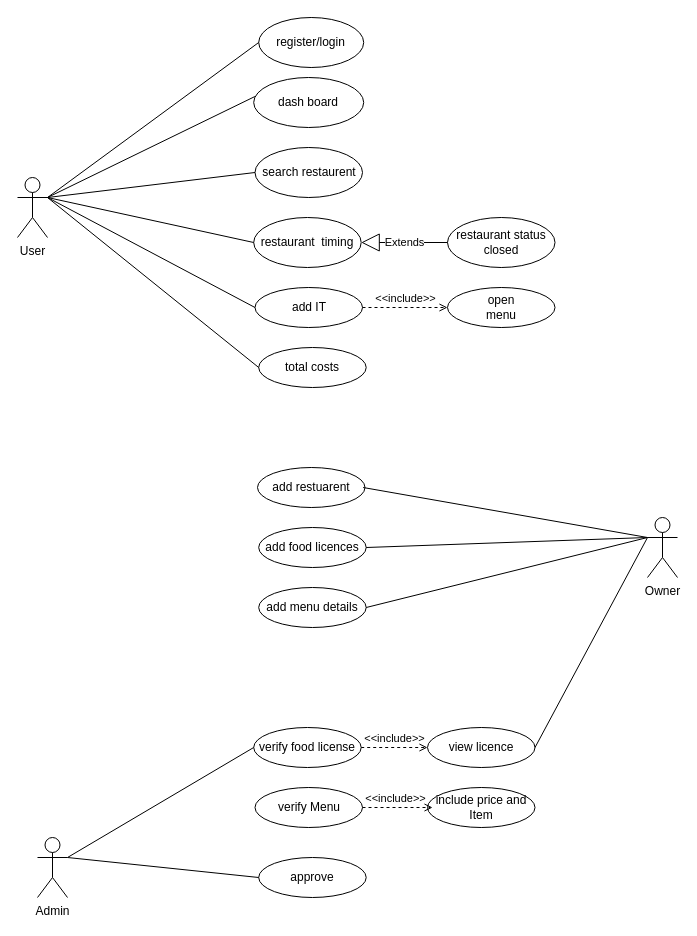
The draw.io diagram Untitled Diagram.drawio in NikhilBompelly/Project1, before the edit. Source tidied: cells renumbered, new cells numbered last; positions are measured from the earlier drawing's top-left corner, leaving out a move shared by most shapes. Both pictures are drawn from the tidied source at 100%, with x=0, y=0 at pixel (17, 17).
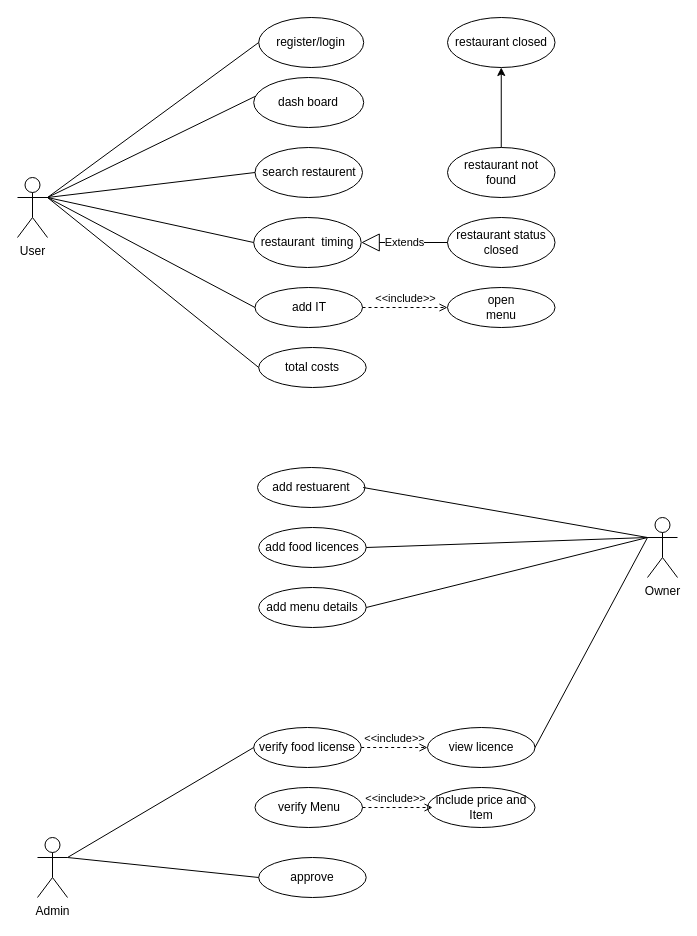
The same page after the edit.

Change to the diagram source:
```diff
@@
+    <mxCell id="37" style="edgeStyle=orthogonalEdgeStyle;rounded=0;jettySize=auto;html=1;" parent="1" edge="1" source="38" target="39">
+      <mxGeometry relative="1" as="geometry" />
+    </mxCell>
+    <mxCell id="38" value="restaurant not found" style="ellipse;whiteSpace=wrap;html=1;" parent="1" vertex="1">
+      <mxGeometry x="430" y="130" width="107.5" height="50" as="geometry" />
+    </mxCell>
+    <mxCell id="39" value="restaurant closed" style="ellipse;whiteSpace=wrap;html=1;" parent="1" vertex="1">
+      <mxGeometry x="430" width="107.5" height="50" as="geometry" />
+    </mxCell>
```
